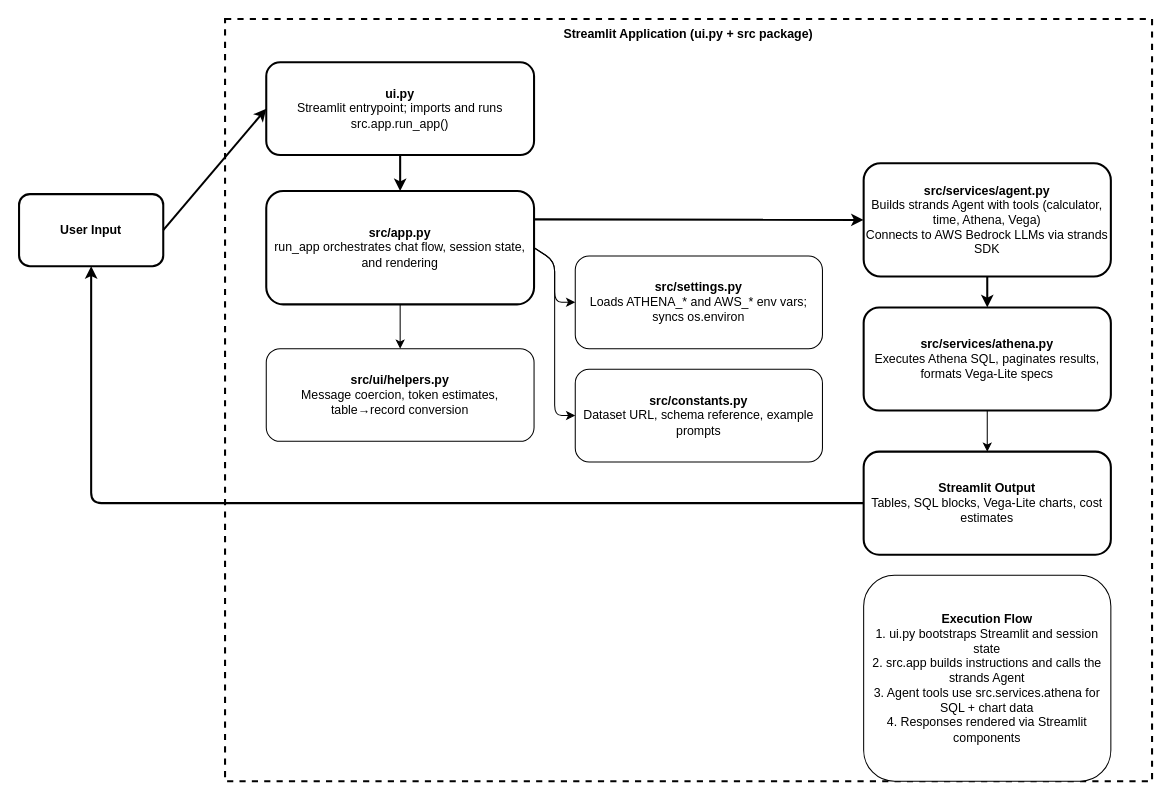
Earlier version of the draw.io diagram architecture.drawio (Amritabis10/genai-insightpilot-explorer). Source tidied: cells renumbered, new cells numbered last; positions are measured from the earlier drawing's top-left corner, leaving out a move shared by most shapes. Both pictures are drawn from the tidied source at 103%, with x=0, y=0 at pixel (19, 19).
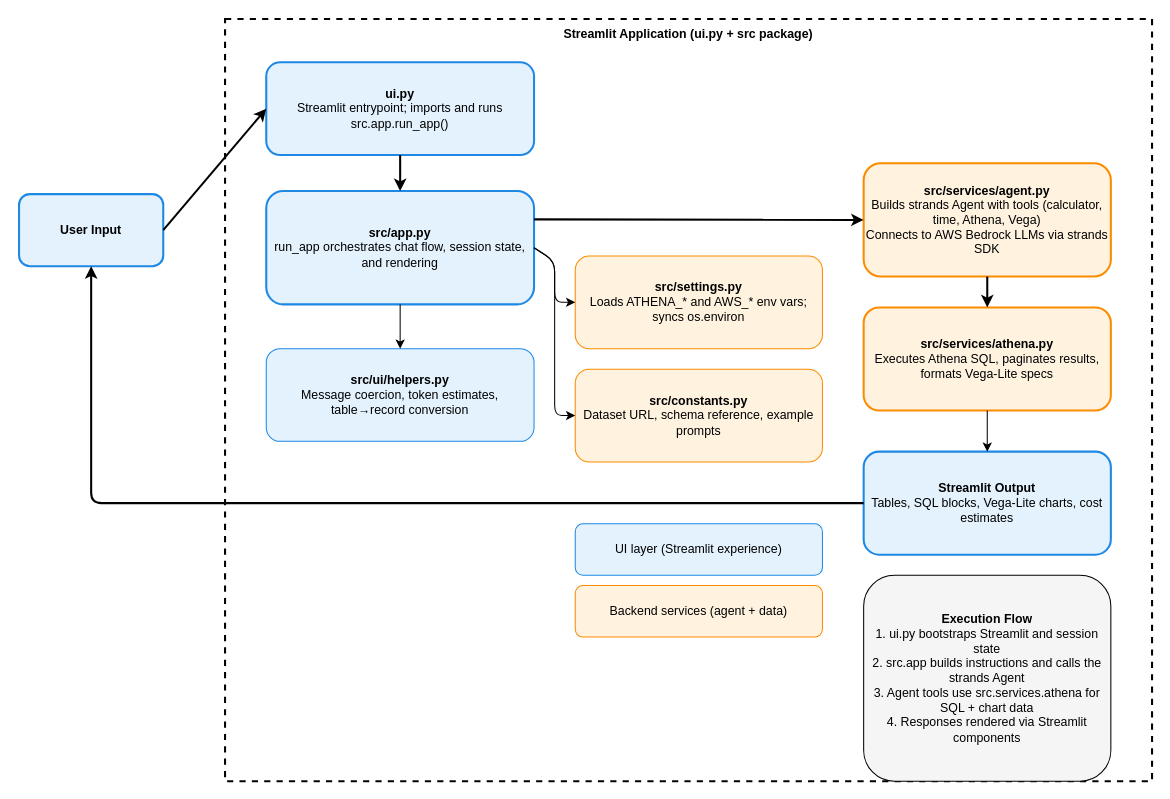
The same diagram, later.

Commit message (it also covers changes not shown here):
Document architecture diagram and export workflow

The change refers to these unchanged cells:
```xml
<mxCell id="3" style="rounded=0;whiteSpace=wrap;html=1;strokeWidth=2;dashed=1;" parent="1" vertex="1">
  <mxGeometry x="200" width="900" height="740" as="geometry" />
</mxCell>
```

Change to the diagram source:
```diff
@@
-    <mxCell id="2" value="&lt;b&gt;User Input&lt;/b&gt;" style="rounded=1;whiteSpace=wrap;html=1;strokeWidth=2;" parent="1" vertex="1">
+    <mxCell id="2" value="&lt;b&gt;User Input&lt;/b&gt;" style="rounded=1;whiteSpace=wrap;html=1;strokeWidth=2;fillColor=#E3F2FD;strokeColor=#1E88E5;" parent="1" vertex="1">
       <mxGeometry y="170" width="140" height="70" as="geometry" />
     </mxCell>
@@
-    <mxCell id="5" value="&lt;b&gt;ui.py&lt;/b&gt;&lt;div&gt;Streamlit entrypoint; imports and runs src.app.run_app()&lt;/div&gt;" style="rounded=1;whiteSpace=wrap;html=1;strokeWidth=2;" parent="3" vertex="1">
+    <mxCell id="5" value="&lt;b&gt;ui.py&lt;/b&gt;&lt;div&gt;Streamlit entrypoint; imports and runs src.app.run_app()&lt;/div&gt;" style="rounded=1;whiteSpace=wrap;html=1;strokeWidth=2;fillColor=#E3F2FD;strokeColor=#1E88E5;" parent="3" vertex="1">
       <mxGeometry x="40" y="42" width="260" height="90" as="geometry" />
     </mxCell>
-    <mxCell id="6" value="&lt;b&gt;src/app.py&lt;/b&gt;&lt;div&gt;run_app orchestrates chat flow, session state, and rendering&lt;/div&gt;" style="rounded=1;whiteSpace=wrap;html=1;strokeWidth=2;" parent="3" vertex="1">
+    <mxCell id="6" value="&lt;b&gt;src/app.py&lt;/b&gt;&lt;div&gt;run_app orchestrates chat flow, session state, and rendering&lt;/div&gt;" style="rounded=1;whiteSpace=wrap;html=1;strokeWidth=2;fillColor=#E3F2FD;strokeColor=#1E88E5;" parent="3" vertex="1">
       <mxGeometry x="40" y="167" width="260" height="110" as="geometry" />
     </mxCell>
-    <mxCell id="7" value="&lt;b&gt;src/ui/helpers.py&lt;/b&gt;&lt;div&gt;Message coercion, token estimates, table→record conversion&lt;/div&gt;" style="rounded=1;whiteSpace=wrap;html=1;" parent="3" vertex="1">
+    <mxCell id="7" value="&lt;b&gt;src/ui/helpers.py&lt;/b&gt;&lt;div&gt;Message coercion, token estimates, table→record conversion&lt;/div&gt;" style="rounded=1;whiteSpace=wrap;html=1;fillColor=#E3F2FD;strokeColor=#1E88E5;" parent="3" vertex="1">
       <mxGeometry x="40" y="320" width="260" height="90" as="geometry" />
     </mxCell>
-    <mxCell id="8" value="&lt;b&gt;src/settings.py&lt;/b&gt;&lt;div&gt;Loads ATHENA_* and AWS_* env vars; syncs os.environ&lt;/div&gt;" style="rounded=1;whiteSpace=wrap;html=1;" parent="3" vertex="1">
+    <mxCell id="8" value="&lt;b&gt;src/settings.py&lt;/b&gt;&lt;div&gt;Loads ATHENA_* and AWS_* env vars; syncs os.environ&lt;/div&gt;" style="rounded=1;whiteSpace=wrap;html=1;fillColor=#FFF3E0;strokeColor=#FB8C00;" parent="3" vertex="1">
       <mxGeometry x="340" y="230" width="240" height="90" as="geometry" />
     </mxCell>
-    <mxCell id="9" value="&lt;b&gt;src/constants.py&lt;/b&gt;&lt;div&gt;Dataset URL, schema reference, example prompts&lt;/div&gt;" style="rounded=1;whiteSpace=wrap;html=1;" parent="3" vertex="1">
+    <mxCell id="9" value="&lt;b&gt;src/constants.py&lt;/b&gt;&lt;div&gt;Dataset URL, schema reference, example prompts&lt;/div&gt;" style="rounded=1;whiteSpace=wrap;html=1;fillColor=#FFF3E0;strokeColor=#FB8C00;" parent="3" vertex="1">
       <mxGeometry x="340" y="340" width="240" height="90" as="geometry" />
     </mxCell>
+    <mxCell id="23" value="UI layer (Streamlit experience)" style="rounded=1;whiteSpace=wrap;html=1;fillColor=#E3F2FD;strokeColor=#1E88E5;" parent="3" vertex="1">
+      <mxGeometry x="340" y="490" width="240" height="50" as="geometry" />
+    </mxCell>
+    <mxCell id="24" value="Backend services (agent + data)" style="rounded=1;whiteSpace=wrap;html=1;fillColor=#FFF3E0;strokeColor=#FB8C00;" parent="3" vertex="1">
+      <mxGeometry x="340" y="550" width="240" height="50" as="geometry" />
+    </mxCell>
-    <mxCell id="10" value="&lt;b&gt;src/services/agent.py&lt;/b&gt;&lt;div&gt;Builds strands Agent with tools (calculator, time, Athena, Vega)&lt;/div&gt;&lt;div&gt;Connects to AWS Bedrock LLMs via strands SDK&lt;/div&gt;" style="rounded=1;whiteSpace=wrap;html=1;strokeWidth=2;" parent="3" vertex="1">
+    <mxCell id="10" value="&lt;b&gt;src/services/agent.py&lt;/b&gt;&lt;div&gt;Builds strands Agent with tools (calculator, time, Athena, Vega)&lt;/div&gt;&lt;div&gt;Connects to AWS Bedrock LLMs via strands SDK&lt;/div&gt;" style="rounded=1;whiteSpace=wrap;html=1;strokeWidth=2;fillColor=#FFF3E0;strokeColor=#FB8C00;" parent="3" vertex="1">
       <mxGeometry x="620" y="140" width="240" height="110" as="geometry" />
     </mxCell>
-    <mxCell id="11" value="&lt;b&gt;src/services/athena.py&lt;/b&gt;&lt;div&gt;Executes Athena SQL, paginates results, formats Vega-Lite specs&lt;/div&gt;" style="rounded=1;whiteSpace=wrap;html=1;strokeWidth=2;" parent="3" vertex="1">
+    <mxCell id="11" value="&lt;b&gt;src/services/athena.py&lt;/b&gt;&lt;div&gt;Executes Athena SQL, paginates results, formats Vega-Lite specs&lt;/div&gt;" style="rounded=1;whiteSpace=wrap;html=1;strokeWidth=2;fillColor=#FFF3E0;strokeColor=#FB8C00;" parent="3" vertex="1">
       <mxGeometry x="620" y="280" width="240" height="100" as="geometry" />
     </mxCell>
-    <mxCell id="12" value="&lt;b&gt;Streamlit Output&lt;/b&gt;&lt;div&gt;Tables, SQL blocks, Vega-Lite charts, cost estimates&lt;/div&gt;" style="rounded=1;whiteSpace=wrap;html=1;strokeWidth=2;" parent="3" vertex="1">
+    <mxCell id="12" value="&lt;b&gt;Streamlit Output&lt;/b&gt;&lt;div&gt;Tables, SQL blocks, Vega-Lite charts, cost estimates&lt;/div&gt;" style="rounded=1;whiteSpace=wrap;html=1;strokeWidth=2;fillColor=#E3F2FD;strokeColor=#1E88E5;" parent="3" vertex="1">
       <mxGeometry x="620" y="420" width="240" height="100" as="geometry" />
     </mxCell>
-    <mxCell id="13" value="&lt;b&gt;Execution Flow&lt;/b&gt;&lt;div&gt;1. ui.py bootstraps Streamlit and session state&lt;/div&gt;&lt;div&gt;2. src.app builds instructions and calls the strands Agent&lt;/div&gt;&lt;div&gt;3. Agent tools use src.services.athena for SQL + chart data&lt;/div&gt;&lt;div&gt;4. Responses rendered via Streamlit components&lt;/div&gt;" style="rounded=1;whiteSpace=wrap;html=1;strokeWidth=1;" parent="3" vertex="1">
+    <mxCell id="13" value="&lt;b&gt;Execution Flow&lt;/b&gt;&lt;div&gt;1. ui.py bootstraps Streamlit and session state&lt;/div&gt;&lt;div&gt;2. src.app builds instructions and calls the strands Agent&lt;/div&gt;&lt;div&gt;3. Agent tools use src.services.athena for SQL + chart data&lt;/div&gt;&lt;div&gt;4. Responses rendered via Streamlit components&lt;/div&gt;" style="rounded=1;whiteSpace=wrap;html=1;strokeWidth=1;fillColor=#F5F5F5;" parent="3" vertex="1">
       <mxGeometry x="620" y="540" width="240" height="200" as="geometry" />
     </mxCell>
```
